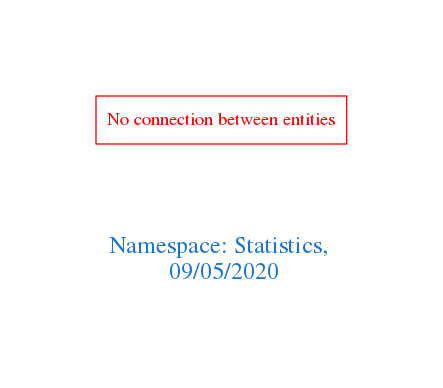
Earlier version of the Graphviz export downloads/Statistics.png (arago/OGIT). Its source is kept beside it as downloads/Statistics.dot.
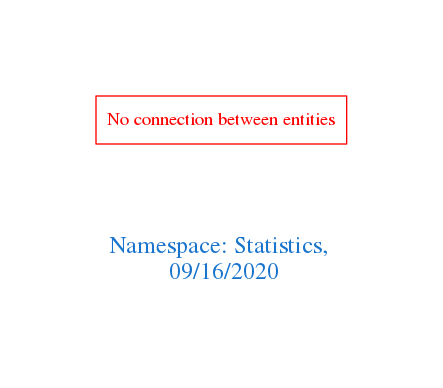
Above is the later version.

What changed in the source:
```diff
@@ -1,7 +1,7 @@
 digraph OGIT_ontology {
  graph [ rankdir= LR,pad=1
 fontsize = 18,
-fontcolor= dodgerblue3,label = "\n\n\nNamespace: Statistics, \n 09/05/2020"];
+fontcolor= dodgerblue3,label = "\n\n\nNamespace: Statistics, \n 09/16/2020"];
 node[shape=polygon];
 edge [  color="gray81"];
 
```
